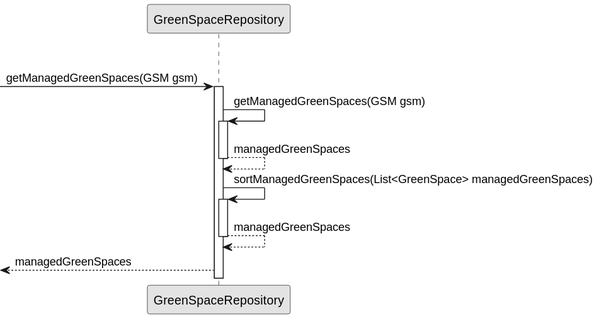
This is docs/sprint3/us027/03.design/svg/us027-sequence-diagram-partial-produce-managed-gs-list.svg from tiagosoa/lei-24-s2-1dgh-g073, a PlantUML export, as it was before one commit. Its diagram source:
```plantuml
@startuml
skinparam monochrome true
skinparam packageStyle rectangle
skinparam shadowing false


participant "GreenSpaceRepository" as GSR


    group Produce Managed Green Space List

                   -> GSR: getManagedGreenSpaces(GSM gsm)
                               activate GSR

                                   GSR -> GSR: getManagedGreenSpaces(GSM gsm)
                                   activate GSR

                                   GSR --> GSR: managedGreenSpaces
                                   deactivate GSR

                                   GSR -> GSR: sortManagedGreenSpaces(List<GreenSpace> managedGreenSpaces)
                                                   activate GSR

                                                   GSR --> GSR: managedGreenSpaces
                                                   deactivate GSR


                                   <-- GSR : managedGreenSpaces
@enduml
```
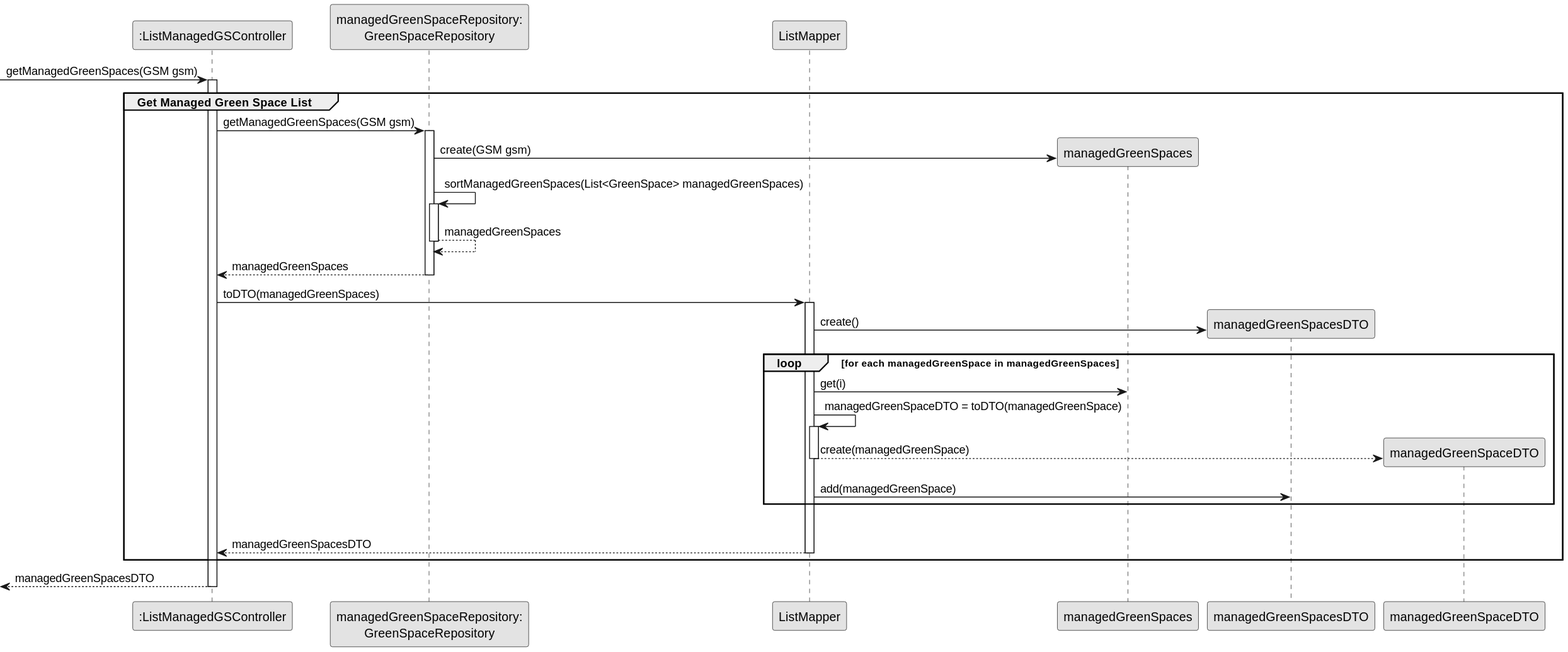
The same file after the commit.

Diff of the diagram source:
```diff
@@ -4,26 +4,65 @@
 skinparam shadowing false
 
 
-participant "GreenSpaceRepository" as GSR
+
+participant ":ListManagedGSController" as CTRL
+participant "managedGreenSpaceRepository:\nGreenSpaceRepository" as GSR
+participant "ListMapper" as LM
+participant "managedGreenSpaces" as GS
+participant "managedGreenSpacesDTO" as GSDTO
+participant "managedGreenSpaceDTO" as GDTO
+
+        -> CTRL :  getManagedGreenSpaces(GSM gsm)
+                  activate CTRL
+    group Get Managed Green Space List
 
 
-    group Produce Managed Green Space List
 
-                   -> GSR: getManagedGreenSpaces(GSM gsm)
-                               activate GSR
+                       CTRL -> GSR :  getManagedGreenSpaces(GSM gsm)
+                       activate GSR
 
-                                   GSR -> GSR: getManagedGreenSpaces(GSM gsm)
-                                   activate GSR
+                       GSR -> GS**: create(GSM gsm)
 
-                                   GSR --> GSR: managedGreenSpaces
-                                   deactivate GSR
+                       GSR -> GSR: sortManagedGreenSpaces(List<GreenSpace> managedGreenSpaces)
+                                                       activate GSR
 
-                                   GSR -> GSR: sortManagedGreenSpaces(List<GreenSpace> managedGreenSpaces)
-                                                   activate GSR
-
-                                                   GSR --> GSR: managedGreenSpaces
-                                                   deactivate GSR
+                       GSR --> GSR: managedGreenSpaces
+                                                       deactivate GSR
 
 
-                                   <-- GSR : managedGreenSpaces
+
+
+                     GSR --> CTRL: managedGreenSpaces
+                     deactivate GSR
+
+                     CTRL -> LM: toDTO(managedGreenSpaces)
+                     activate LM
+
+                     LM -> GSDTO**: create()
+
+                     loop for each managedGreenSpace in managedGreenSpaces
+
+                     LM -> GS: get(i)
+
+                     LM -> LM: managedGreenSpaceDTO = toDTO(managedGreenSpace)
+                     activate LM
+
+                     LM --> GDTO**: create(managedGreenSpace)
+                     deactivate LM
+
+                     LM -> GSDTO: add(managedGreenSpace)
+                     end
+
+
+
+                     |||
+
+                         LM --> CTRL : managedGreenSpacesDTO
+                         deactivate LM
+
+
+    end
+
+    <-- CTRL : managedGreenSpacesDTO
+deactivate CTRL
 @enduml
```
